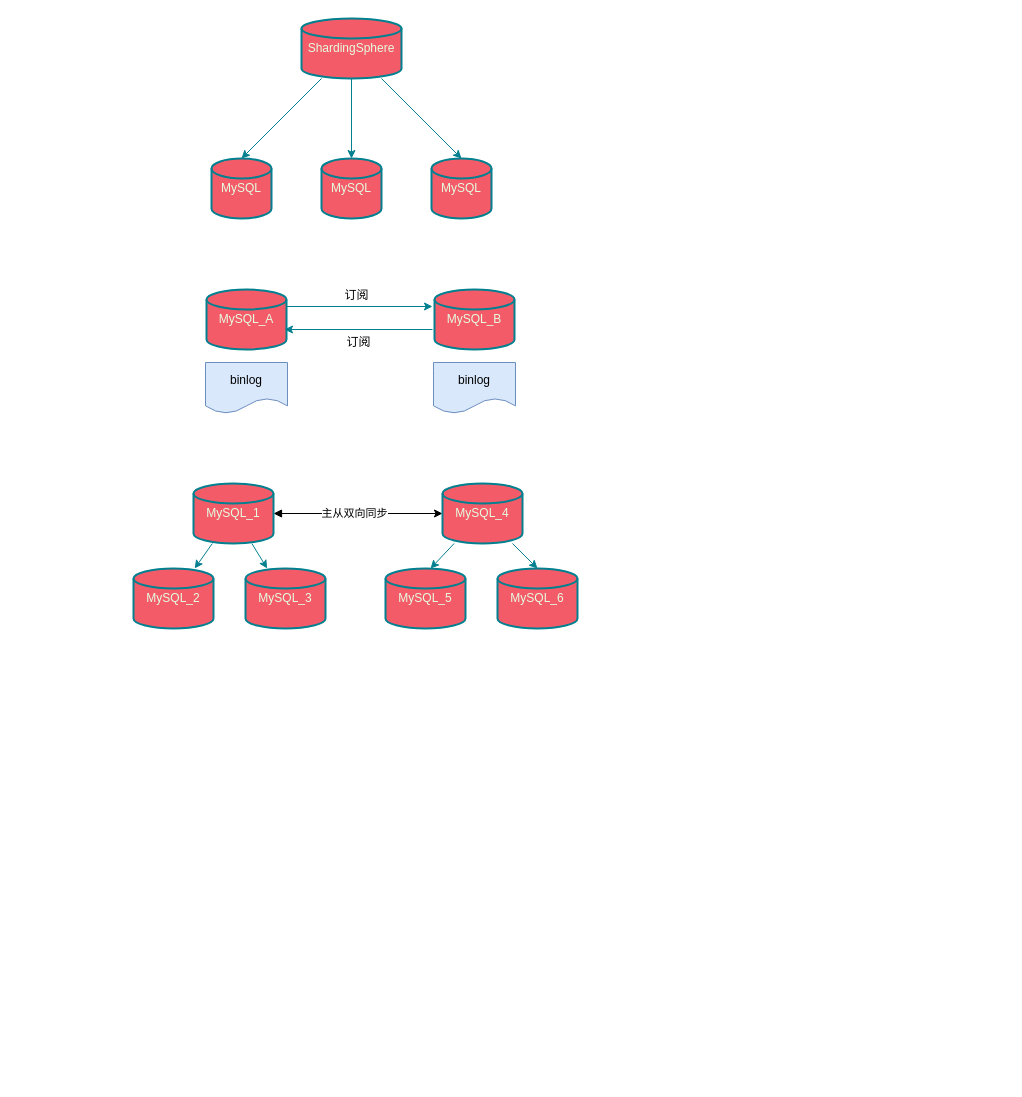
Earlier version of the draw.io diagram 华夏.drawio (Wishlove09/drawio). Source tidied: cells renumbered, new cells numbered last; positions are measured from the earlier drawing's top-left corner, leaving out a move shared by most shapes. Both pictures are drawn from the tidied source at 100%, with x=0, y=0 at pixel (133, 18).
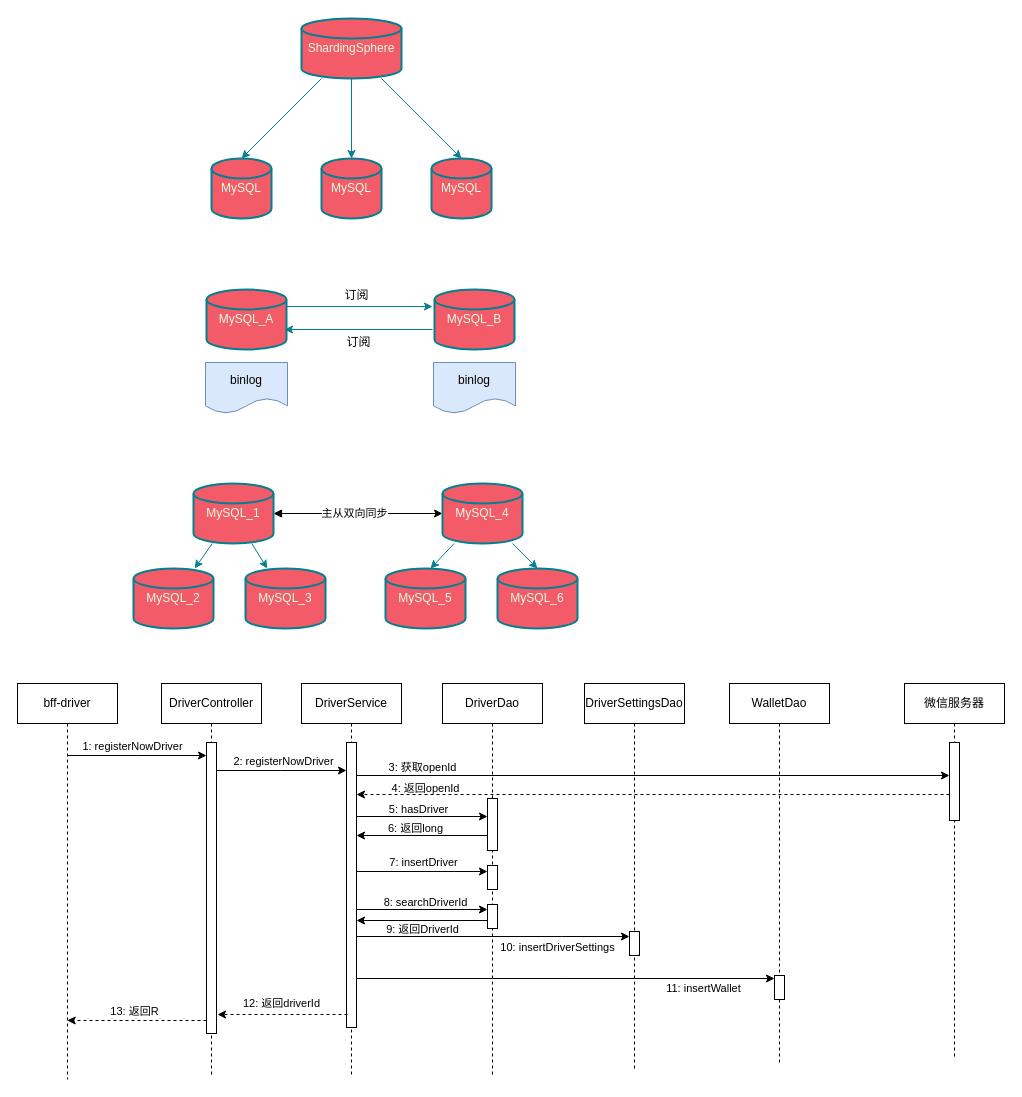
Above is the later version.

Diff of the diagram source:
```diff
@@
+    <mxCell id="29" value="bff-driver" style="shape=umlLifeline;perimeter=lifelinePerimeter;whiteSpace=wrap;html=1;newEdgeStyle={&quot;edgeStyle&quot;:&quot;elbowEdgeStyle&quot;,&quot;elbow&quot;:&quot;vertical&quot;,&quot;curved&quot;:0,&quot;rounded&quot;:0};" parent="1" vertex="1">
+      <mxGeometry x="-116" y="665" width="100" height="396" as="geometry" />
+    </mxCell>
+    <mxCell id="30" value="DriverController" style="shape=umlLifeline;perimeter=lifelinePerimeter;whiteSpace=wrap;html=1;newEdgeStyle={&quot;edgeStyle&quot;:&quot;elbowEdgeStyle&quot;,&quot;elbow&quot;:&quot;vertical&quot;,&quot;curved&quot;:0,&quot;rounded&quot;:0};" parent="1" vertex="1">
+      <mxGeometry x="28" y="665" width="100" height="394" as="geometry" />
+    </mxCell>
+    <mxCell id="31" style="html=1;perimeter=orthogonalPerimeter;targetShapes=umlLifeline;newEdgeStyle={&quot;edgeStyle&quot;:&quot;elbowEdgeStyle&quot;,&quot;elbow&quot;:&quot;vertical&quot;,&quot;curved&quot;:0,&quot;rounded&quot;:0};" parent="30" vertex="1">
+      <mxGeometry x="45" y="59" width="10" height="291" as="geometry" />
+    </mxCell>
+    <mxCell id="32" style="edgeStyle=elbowEdgeStyle;rounded=0;orthogonalLoop=1;jettySize=auto;html=1;elbow=vertical;curved=0;" parent="1" edge="1">
+      <mxGeometry relative="1" as="geometry">
+        <mxPoint x="-66.5" y="737" as="sourcePoint" />
+        <mxPoint x="73" y="737" as="targetPoint" />
+      </mxGeometry>
+    </mxCell>
+    <mxCell id="33" value="1: registerNowDriver" style="edgeLabel;html=1;align=center;verticalAlign=middle;labelBackgroundColor=none;" parent="32" vertex="1">
+      <mxGeometry x="-0.5" y="-3" relative="1" as="geometry">
+        <mxPoint x="30" y="-13" as="offset" />
+      </mxGeometry>
+    </mxCell>
+    <mxCell id="34" value="DriverService" style="shape=umlLifeline;perimeter=lifelinePerimeter;whiteSpace=wrap;html=1;newEdgeStyle={&quot;edgeStyle&quot;:&quot;elbowEdgeStyle&quot;,&quot;elbow&quot;:&quot;vertical&quot;,&quot;curved&quot;:0,&quot;rounded&quot;:0};" parent="1" vertex="1">
+      <mxGeometry x="168" y="665" width="100" height="391" as="geometry" />
+    </mxCell>
+    <mxCell id="35" style="html=1;points=[];perimeter=orthogonalPerimeter;outlineConnect=0;targetShapes=umlLifeline;portConstraint=eastwest;newEdgeStyle={&quot;edgeStyle&quot;:&quot;elbowEdgeStyle&quot;,&quot;elbow&quot;:&quot;vertical&quot;,&quot;curved&quot;:0,&quot;rounded&quot;:0};" parent="34" vertex="1">
+      <mxGeometry x="45" y="59" width="10" height="285" as="geometry" />
+    </mxCell>
+    <mxCell id="36" style="edgeStyle=elbowEdgeStyle;rounded=0;orthogonalLoop=1;jettySize=auto;html=1;elbow=vertical;curved=0;" parent="1" edge="1">
+      <mxGeometry relative="1" as="geometry">
+        <mxPoint x="83" y="752" as="sourcePoint" />
+        <mxPoint x="213" y="752" as="targetPoint" />
+      </mxGeometry>
+    </mxCell>
+    <mxCell id="37" value="2: registerNowDriver" style="edgeLabel;html=1;align=center;verticalAlign=middle;labelBackgroundColor=none;" parent="36" vertex="1">
+      <mxGeometry x="-0.36" y="1" relative="1" as="geometry">
+        <mxPoint x="24" y="-9" as="offset" />
+      </mxGeometry>
+    </mxCell>
+    <mxCell id="38" value="DriverDao" style="shape=umlLifeline;perimeter=lifelinePerimeter;whiteSpace=wrap;html=1;newEdgeStyle={&quot;edgeStyle&quot;:&quot;elbowEdgeStyle&quot;,&quot;elbow&quot;:&quot;vertical&quot;,&quot;curved&quot;:0,&quot;rounded&quot;:0};" parent="1" vertex="1">
+      <mxGeometry x="309" y="665" width="100" height="393" as="geometry" />
+    </mxCell>
+    <mxCell id="39" style="html=1;perimeter=orthogonalPerimeter;targetShapes=umlLifeline;newEdgeStyle={&quot;edgeStyle&quot;:&quot;elbowEdgeStyle&quot;,&quot;elbow&quot;:&quot;vertical&quot;,&quot;curved&quot;:0,&quot;rounded&quot;:0};" parent="38" vertex="1">
+      <mxGeometry x="45" y="115" width="10" height="52" as="geometry" />
+    </mxCell>
+    <mxCell id="40" style="html=1;perimeter=orthogonalPerimeter;targetShapes=umlLifeline;newEdgeStyle={&quot;edgeStyle&quot;:&quot;elbowEdgeStyle&quot;,&quot;elbow&quot;:&quot;vertical&quot;,&quot;curved&quot;:0,&quot;rounded&quot;:0};" parent="38" vertex="1">
+      <mxGeometry x="45" y="182" width="10" height="24" as="geometry" />
+    </mxCell>
+    <mxCell id="41" style="html=1;perimeter=orthogonalPerimeter;targetShapes=umlLifeline;newEdgeStyle={&quot;edgeStyle&quot;:&quot;elbowEdgeStyle&quot;,&quot;elbow&quot;:&quot;vertical&quot;,&quot;curved&quot;:0,&quot;rounded&quot;:0};" parent="38" vertex="1">
+      <mxGeometry x="45" y="221" width="10" height="24" as="geometry" />
+    </mxCell>
+    <mxCell id="42" value="DriverSettingsDao" style="shape=umlLifeline;perimeter=lifelinePerimeter;whiteSpace=wrap;html=1;newEdgeStyle={&quot;edgeStyle&quot;:&quot;elbowEdgeStyle&quot;,&quot;elbow&quot;:&quot;vertical&quot;,&quot;curved&quot;:0,&quot;rounded&quot;:0};" parent="1" vertex="1">
+      <mxGeometry x="451" y="665" width="100" height="385" as="geometry" />
+    </mxCell>
+    <mxCell id="43" style="html=1;points=[];perimeter=orthogonalPerimeter;outlineConnect=0;targetShapes=umlLifeline;portConstraint=eastwest;newEdgeStyle={&quot;edgeStyle&quot;:&quot;elbowEdgeStyle&quot;,&quot;elbow&quot;:&quot;vertical&quot;,&quot;curved&quot;:0,&quot;rounded&quot;:0};" parent="42" vertex="1">
+      <mxGeometry x="45" y="248" width="10" height="24" as="geometry" />
+    </mxCell>
+    <mxCell id="44" value="WalletDao" style="shape=umlLifeline;perimeter=lifelinePerimeter;whiteSpace=wrap;html=1;newEdgeStyle={&quot;edgeStyle&quot;:&quot;elbowEdgeStyle&quot;,&quot;elbow&quot;:&quot;vertical&quot;,&quot;curved&quot;:0,&quot;rounded&quot;:0};" parent="1" vertex="1">
+      <mxGeometry x="596" y="665" width="100" height="380" as="geometry" />
+    </mxCell>
+    <mxCell id="45" style="html=1;points=[];perimeter=orthogonalPerimeter;outlineConnect=0;targetShapes=umlLifeline;portConstraint=eastwest;newEdgeStyle={&quot;edgeStyle&quot;:&quot;elbowEdgeStyle&quot;,&quot;elbow&quot;:&quot;vertical&quot;,&quot;curved&quot;:0,&quot;rounded&quot;:0};" parent="44" vertex="1">
+      <mxGeometry x="45" y="292" width="10" height="24" as="geometry" />
+    </mxCell>
+    <mxCell id="46" value="微信服务器" style="shape=umlLifeline;perimeter=lifelinePerimeter;whiteSpace=wrap;html=1;newEdgeStyle={&quot;edgeStyle&quot;:&quot;elbowEdgeStyle&quot;,&quot;elbow&quot;:&quot;vertical&quot;,&quot;curved&quot;:0,&quot;rounded&quot;:0};" parent="1" vertex="1">
+      <mxGeometry x="771" y="665" width="100" height="376" as="geometry" />
+    </mxCell>
+    <mxCell id="47" style="html=1;perimeter=orthogonalPerimeter;targetShapes=umlLifeline;newEdgeStyle={&quot;edgeStyle&quot;:&quot;elbowEdgeStyle&quot;,&quot;elbow&quot;:&quot;vertical&quot;,&quot;curved&quot;:0,&quot;rounded&quot;:0};" parent="46" vertex="1">
+      <mxGeometry x="45" y="59" width="10" height="78" as="geometry" />
+    </mxCell>
+    <mxCell id="48" style="edgeStyle=elbowEdgeStyle;rounded=0;orthogonalLoop=1;jettySize=auto;html=1;elbow=vertical;curved=0;" parent="1" edge="1">
+      <mxGeometry relative="1" as="geometry">
+        <mxPoint x="223" y="757" as="sourcePoint" />
+        <mxPoint x="816" y="757" as="targetPoint" />
+      </mxGeometry>
+    </mxCell>
+    <mxCell id="49" value="3: 获取openId" style="edgeLabel;html=1;align=center;verticalAlign=middle;labelBackgroundColor=none;" parent="48" vertex="1">
+      <mxGeometry x="-0.91" y="-4" relative="1" as="geometry">
+        <mxPoint x="38" y="-13" as="offset" />
+      </mxGeometry>
+    </mxCell>
+    <mxCell id="50" style="edgeStyle=elbowEdgeStyle;rounded=0;orthogonalLoop=1;jettySize=auto;html=1;elbow=vertical;curved=0;dashed=1;" parent="1" edge="1">
+      <mxGeometry relative="1" as="geometry">
+        <mxPoint x="816" y="776" as="sourcePoint" />
+        <mxPoint x="223" y="776" as="targetPoint" />
+      </mxGeometry>
+    </mxCell>
+    <mxCell id="51" value="4: 返回openId" style="edgeLabel;html=1;align=center;verticalAlign=middle;labelBackgroundColor=none;" parent="50" vertex="1">
+      <mxGeometry x="0.8" relative="1" as="geometry">
+        <mxPoint x="9" y="-7" as="offset" />
+      </mxGeometry>
+    </mxCell>
+    <mxCell id="52" style="edgeStyle=elbowEdgeStyle;rounded=0;orthogonalLoop=1;jettySize=auto;html=1;elbow=horizontal;curved=0;" parent="1" edge="1">
+      <mxGeometry relative="1" as="geometry">
+        <mxPoint x="223" y="798" as="sourcePoint" />
+        <mxPoint x="354" y="798" as="targetPoint" />
+      </mxGeometry>
+    </mxCell>
+    <mxCell id="53" value="5: hasDriver" style="edgeLabel;html=1;align=center;verticalAlign=middle;" parent="52" vertex="1">
+      <mxGeometry x="-0.36" y="2" relative="1" as="geometry">
+        <mxPoint x="19" y="-6" as="offset" />
+      </mxGeometry>
+    </mxCell>
+    <mxCell id="54" style="edgeStyle=elbowEdgeStyle;rounded=0;orthogonalLoop=1;jettySize=auto;html=1;elbow=vertical;curved=0;" parent="1" edge="1">
+      <mxGeometry relative="1" as="geometry">
+        <mxPoint x="354" y="817" as="sourcePoint" />
+        <mxPoint x="223" y="817" as="targetPoint" />
+      </mxGeometry>
+    </mxCell>
+    <mxCell id="55" value="6: 返回long" style="edgeLabel;html=1;align=center;verticalAlign=middle;labelBackgroundColor=none;" parent="54" vertex="1">
+      <mxGeometry x="0.31" y="-2" relative="1" as="geometry">
+        <mxPoint x="13" y="-6" as="offset" />
+      </mxGeometry>
+    </mxCell>
+    <mxCell id="56" style="edgeStyle=elbowEdgeStyle;rounded=0;orthogonalLoop=1;jettySize=auto;html=1;elbow=vertical;curved=0;" parent="1" edge="1">
+      <mxGeometry relative="1" as="geometry">
+        <mxPoint x="223" y="853" as="sourcePoint" />
+        <mxPoint x="354" y="853" as="targetPoint" />
+      </mxGeometry>
+    </mxCell>
+    <mxCell id="57" value="7: insertDriver" style="edgeLabel;html=1;align=center;verticalAlign=middle;labelBackgroundColor=none;" parent="56" vertex="1">
+      <mxGeometry x="0.34" relative="1" as="geometry">
+        <mxPoint x="-22" y="-10" as="offset" />
+      </mxGeometry>
+    </mxCell>
+    <mxCell id="58" style="edgeStyle=elbowEdgeStyle;rounded=0;orthogonalLoop=1;jettySize=auto;html=1;elbow=vertical;curved=0;" parent="1" edge="1">
+      <mxGeometry relative="1" as="geometry">
+        <mxPoint x="223" y="891" as="sourcePoint" />
+        <mxPoint x="354" y="891" as="targetPoint" />
+      </mxGeometry>
+    </mxCell>
+    <mxCell id="59" value="8: searchDriverId" style="edgeLabel;html=1;align=center;verticalAlign=middle;labelBackgroundColor=none;" parent="58" vertex="1">
+      <mxGeometry x="-0.12" y="2" relative="1" as="geometry">
+        <mxPoint x="10" y="-6" as="offset" />
+      </mxGeometry>
+    </mxCell>
+    <mxCell id="60" style="edgeStyle=elbowEdgeStyle;rounded=0;orthogonalLoop=1;jettySize=auto;html=1;elbow=vertical;curved=0;" parent="1" edge="1">
+      <mxGeometry relative="1" as="geometry">
+        <mxPoint x="354" y="902" as="sourcePoint" />
+        <mxPoint x="223" y="902" as="targetPoint" />
+      </mxGeometry>
+    </mxCell>
+    <mxCell id="61" value="9: 返回DriverId" style="edgeLabel;html=1;align=center;verticalAlign=middle;labelBackgroundColor=none;" parent="60" vertex="1">
+      <mxGeometry x="0.35" y="3" relative="1" as="geometry">
+        <mxPoint x="22" y="5" as="offset" />
+      </mxGeometry>
+    </mxCell>
+    <mxCell id="62" style="edgeStyle=elbowEdgeStyle;rounded=0;jettySize=auto;html=1;elbow=vertical;curved=0;" parent="1" edge="1" source="35" target="43">
+      <mxGeometry relative="1" as="geometry">
+        <Array as="points">
+          <mxPoint x="428" y="918" />
+        </Array>
+      </mxGeometry>
+    </mxCell>
+    <mxCell id="63" value="10: insertDriverSettings" style="edgeLabel;html=1;align=center;verticalAlign=middle;labelBackgroundColor=none;" parent="62" vertex="1">
+      <mxGeometry x="0.3" y="-3" relative="1" as="geometry">
+        <mxPoint x="23" y="7" as="offset" />
+      </mxGeometry>
+    </mxCell>
+    <mxCell id="64" style="edgeStyle=elbowEdgeStyle;rounded=0;jettySize=auto;html=1;elbow=vertical;curved=0;" parent="1" edge="1" target="45">
+      <mxGeometry relative="1" as="geometry">
+        <mxPoint x="222.5" y="960" as="sourcePoint" />
+      </mxGeometry>
+    </mxCell>
+    <mxCell id="65" value="11: insertWallet" style="edgeLabel;html=1;align=center;verticalAlign=middle;labelBackgroundColor=none;" parent="64" vertex="1">
+      <mxGeometry x="-0.57" y="2" relative="1" as="geometry">
+        <mxPoint x="257" y="11" as="offset" />
+      </mxGeometry>
+    </mxCell>
+    <mxCell id="66" style="edgeStyle=elbowEdgeStyle;rounded=0;orthogonalLoop=1;jettySize=auto;html=1;elbow=horizontal;curved=0;dashed=1;" parent="1" edge="1">
+      <mxGeometry relative="1" as="geometry">
+        <mxPoint x="214" y="996" as="sourcePoint" />
+        <mxPoint x="84" y="996" as="targetPoint" />
+      </mxGeometry>
+    </mxCell>
+    <mxCell id="67" value="12: 返回driverId" style="edgeLabel;html=1;align=center;verticalAlign=middle;" parent="66" vertex="1">
+      <mxGeometry x="0.34" y="-1" relative="1" as="geometry">
+        <mxPoint x="20" y="-11" as="offset" />
+      </mxGeometry>
+    </mxCell>
+    <mxCell id="68" style="edgeStyle=elbowEdgeStyle;rounded=0;orthogonalLoop=1;jettySize=auto;html=1;elbow=vertical;curved=0;dashed=1;" parent="1" edge="1">
+      <mxGeometry relative="1" as="geometry">
+        <mxPoint x="73" y="1002" as="sourcePoint" />
+        <mxPoint x="-66.3" y="1002" as="targetPoint" />
+      </mxGeometry>
+    </mxCell>
+    <mxCell id="69" value="13: 返回R" style="edgeLabel;html=1;align=center;verticalAlign=middle;labelBackgroundColor=none;" parent="68" vertex="1">
+      <mxGeometry x="0.46" y="1" relative="1" as="geometry">
+        <mxPoint x="29" y="-11" as="offset" />
+      </mxGeometry>
+    </mxCell>
```
